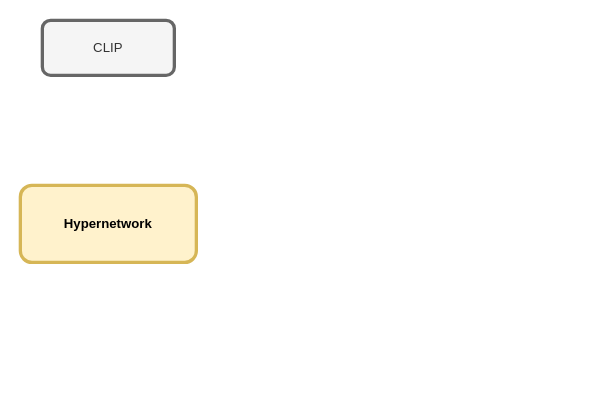
This is page "Page-2" (2 of 3) of Untitled Diagram.drawio from EliasHeltrop/TestRepository, a draw.io file, before an edit. Source tidied: cells renumbered, new cells numbered last; positions are measured from the earlier drawing's top-left corner, leaving out a move shared by most shapes. Both pictures are drawn from the tidied source at 110%, with x=0, y=0 at pixel (20, 20).
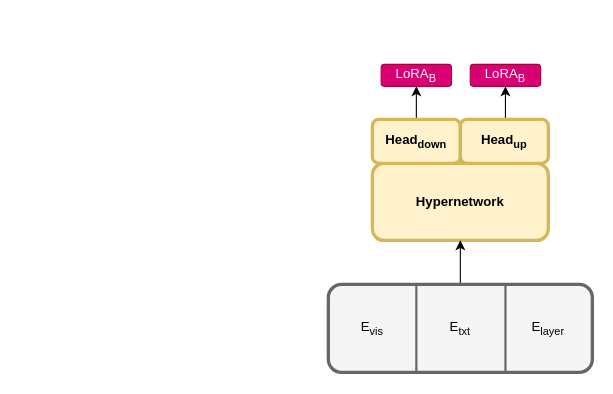
The same diagram, later.

What changed in the source:
```diff
@@
 <mxGraphModel>
   <root>
     <mxCell id="0" />
     <mxCell id="1" parent="0" />
-    <mxCell id="2" value="Hypernetwork" style="rounded=1;whiteSpace=wrap;html=1;fillColor=#fff2cc;strokeColor=#d6b656;strokeWidth=3;fontStyle=1;" parent="1" vertex="1">
-      <mxGeometry y="150" width="160" height="70" as="geometry" />
+    <mxCell id="2" value="Hypernetwork" style="rounded=1;whiteSpace=wrap;html=1;fillColor=#FFF2CC;strokeColor=#d6b656;strokeWidth=3;fontStyle=1;" parent="1" vertex="1">
+      <mxGeometry x="320" y="130" width="160" height="70" as="geometry" />
     </mxCell>
+    <mxCell id="4" style="edgeStyle=orthogonalEdgeStyle;rounded=0;jettySize=auto;html=1;exitX=0.5;exitY=0;exitDx=0;exitDy=0;entryX=0.5;entryY=1;entryDx=0;entryDy=0;" parent="1" edge="1" source="3" target="2">
+      <mxGeometry relative="1" as="geometry" />
+    </mxCell>
-    <mxCell id="3" value="CLIP" style="rounded=1;whiteSpace=wrap;html=1;fillColor=#f5f5f5;fontColor=#333333;strokeColor=#666666;strokeWidth=3;" parent="1" vertex="1">
-      <mxGeometry x="20" width="120" height="50" as="geometry" />
+    <mxCell id="3" style="rounded=1;whiteSpace=wrap;html=1;fillColor=#f5f5f5;fontColor=#333333;strokeColor=#666666;strokeWidth=3;rotation=0;" parent="1" vertex="1">
+      <mxGeometry x="280" y="240" width="240" height="80" as="geometry" />
     </mxCell>
+    <mxCell id="5" style="line;strokeWidth=2;direction=south;html=1;strokeColor=#666666;" parent="1" vertex="1">
+      <mxGeometry x="355" y="240" width="10" height="80" as="geometry" />
+    </mxCell>
+    <mxCell id="6" style="line;strokeWidth=2;direction=south;html=1;strokeColor=#666666;" parent="1" vertex="1">
+      <mxGeometry x="436" y="241" width="10" height="80" as="geometry" />
+    </mxCell>
+    <mxCell id="7" value="E&lt;sub&gt;vis&lt;/sub&gt;" style="text;html=1;strokeColor=none;fillColor=none;align=center;verticalAlign=middle;whiteSpace=wrap;rounded=0;" parent="1" vertex="1">
+      <mxGeometry x="290" y="265" width="60" height="30" as="geometry" />
+    </mxCell>
+    <mxCell id="8" value="E&lt;sub&gt;txt&lt;/sub&gt;" style="text;html=1;strokeColor=none;fillColor=none;align=center;verticalAlign=middle;whiteSpace=wrap;rounded=0;" parent="1" vertex="1">
+      <mxGeometry x="370" y="265" width="60" height="30" as="geometry" />
+    </mxCell>
+    <mxCell id="9" value="E&lt;sub&gt;layer&lt;/sub&gt;" style="text;html=1;strokeColor=none;fillColor=none;align=center;verticalAlign=middle;whiteSpace=wrap;rounded=0;" parent="1" vertex="1">
+      <mxGeometry x="450" y="265" width="60" height="30" as="geometry" />
+    </mxCell>
+    <mxCell id="10" style="edgeStyle=orthogonalEdgeStyle;rounded=0;jettySize=auto;html=1;exitX=0.5;exitY=0;exitDx=0;exitDy=0;entryX=0.5;entryY=1;entryDx=0;entryDy=0;" parent="1" edge="1" source="11" target="15">
+      <mxGeometry relative="1" as="geometry" />
+    </mxCell>
+    <mxCell id="11" value="Head&lt;sub&gt;down&lt;/sub&gt;" style="rounded=1;whiteSpace=wrap;html=1;fillColor=#fff2cc;strokeColor=#d6b656;strokeWidth=3;fontStyle=1;" parent="1" vertex="1">
+      <mxGeometry x="320" y="90" width="80" height="40" as="geometry" />
+    </mxCell>
+    <mxCell id="12" style="edgeStyle=orthogonalEdgeStyle;rounded=0;jettySize=auto;html=1;exitX=0.5;exitY=0;exitDx=0;exitDy=0;entryX=0.5;entryY=1;entryDx=0;entryDy=0;" parent="1" edge="1" source="13" target="14">
+      <mxGeometry relative="1" as="geometry" />
+    </mxCell>
+    <mxCell id="13" value="Head&lt;sub&gt;up&lt;/sub&gt;" style="rounded=1;whiteSpace=wrap;html=1;fillColor=#fff2cc;strokeColor=#d6b656;strokeWidth=3;fontStyle=1;" parent="1" vertex="1">
+      <mxGeometry x="400" y="90" width="80" height="40" as="geometry" />
+    </mxCell>
+    <mxCell id="14" value="LoRA&lt;sub&gt;B&lt;/sub&gt;" style="rounded=1;whiteSpace=wrap;html=1;fillColor=#D80073;fontColor=#ffffff;strokeColor=#A50040;" parent="1" vertex="1">
+      <mxGeometry x="409" y="40" width="64" height="20" as="geometry" />
+    </mxCell>
+    <mxCell id="15" value="LoRA&lt;sub&gt;B&lt;/sub&gt;" style="rounded=1;whiteSpace=wrap;html=1;fillColor=#D80073;fontColor=#ffffff;strokeColor=#A50040;" parent="1" vertex="1">
+      <mxGeometry x="328" y="40" width="64" height="20" as="geometry" />
+    </mxCell>
   </root>
 </mxGraphModel>
```
